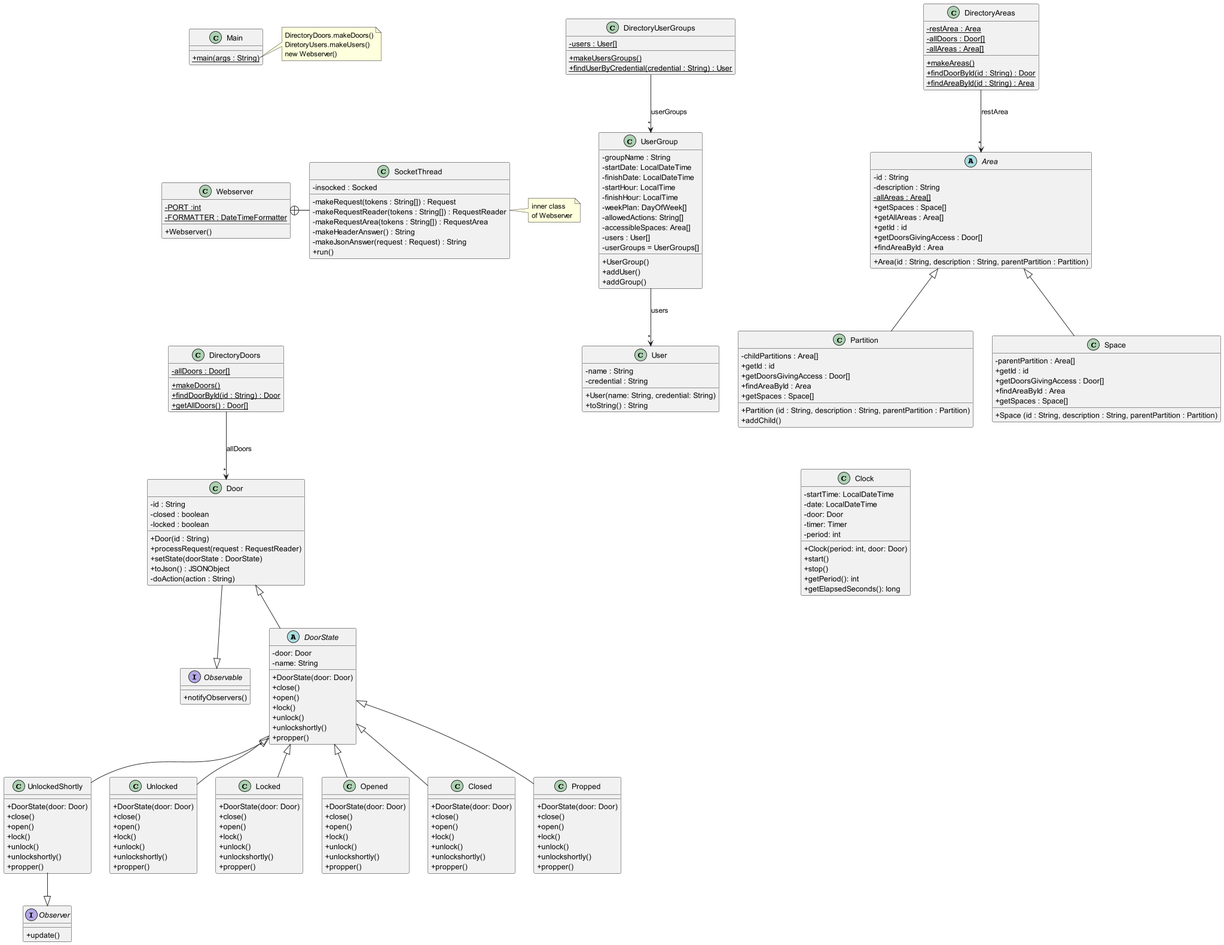
This is src/basenostates/uml/base_no_states.png from laiapns/Practica-DS, a PlantUML export, as it was before one commit. Its diagram source:
```plantuml
@startuml
skinparam classAttributeIconSize 0

class Webserver {
- {static} PORT :int
- {static} FORMATTER : DateTimeFormatter
+ Webserver()
}

class SocketThread {
- insocked : Socked
- makeRequest(tokens : String[]) : Request
- makeRequestReader(tokens : String[]) : RequestReader
- makeRequestArea(tokens : String[]) : RequestArea
- makeHeaderAnswer() : String
- makeJsonAnswer(request : Request) : String
+ run()
}

Webserver +-right- SocketThread

note right of SocketThread
inner class
of Webserver
end note

class DirectoryDoors {
- {static} allDoors : Door[]
+ {static} makeDoors()
+ {static} findDoorById(id : String) : Door
+ {static} getAllDoors() : Door[]
}

DirectoryDoors --> "*" Door : "allDoors"

class DirectoryUserGroups {
- {static} users : User[]
+ {static} makeUsersGroups()
+ {static} findUserByCredential(credential : String) : User
}
DirectoryUserGroups --> "*" UserGroup : "userGroups"
UserGroup --> "*" User: "users"
class DirectoryAreas {
- {static} restArea : Area
- {static} allDoors : Door[]
- {static} allAreas : Area[]
+ {static} makeAreas()
+ {static} findDoorById(id : String) : Door
+ {static} findAreaById(id : String) : Area
}

DirectoryAreas --> "*" Area: "restArea"

abstract class Area {
- id : String
- description : String
- {static} allAreas : Area[]
+ Area(id : String, description : String, parentPartition : Partition)
+ getSpaces : Space[]
+ getAllAreas : Area[]
+ getId : id
+ getDoorsGivingAccess : Door[]
+ findAreaById : Area
}

class Partition extends Area {
 - childPartitions : Area[]
 + Partition (id : String, description : String, parentPartition : Partition)
 + getId : id
 + getDoorsGivingAccess : Door[]
 + findAreaById : Area
 + addChild()
 + getSpaces : Space[]
}
class Space extends Area {
- parentPartition : Area[]
+ Space (id : String, description : String, parentPartition : Partition)
+ getId : id
+ getDoorsGivingAccess : Door[]
+ findAreaById : Area
+ getSpaces : Space[]
}
class Clock {
      - startTime: LocalDateTime
      - date: LocalDateTime
      - door: Door
      - timer: Timer
      - period: int
      + Clock(period: int, door: Door)
      + start()
      + stop()
      + getPeriod(): int
      + getElapsedSeconds(): long
}
interface Observer {
  + update()
}

interface Observable {
  + notifyObservers()
}

Door --|> Observable

UnlockedShortly --|> Observer

Partition -[hidden]down- Clock

class Door {
- id : String
- closed : boolean
- locked : boolean
+ Door(id : String)
+ processRequest(request : RequestReader)
+ setState(doorState : DoorState)
+ toJson() : JSONObject
- doAction(action : String)
}

abstract class DoorState extends Door {
- door: Door
- name: String
+ DoorState(door: Door)
+ close()
+ open()
+ lock()
+ unlock()
+ unlockshortly()
+ propper()
}

class Unlocked extends DoorState{
+ DoorState(door: Door)
+ close()
+ open()
+ lock()
+ unlock()
+ unlockshortly()
+ propper()
}
class UnlockedShortly extends DoorState{
+ DoorState(door: Door)
+ close()
+ open()
+ lock()
+ unlock()
+ unlockshortly()
+ propper()
}
class Locked extends DoorState{
+ DoorState(door: Door)
+ close()
+ open()
+ lock()
+ unlock()
+ unlockshortly()
+ propper()
}
class Opened extends DoorState{
+ DoorState(door: Door)
+ close()
+ open()
+ lock()
+ unlock()
+ unlockshortly()
+ propper()
}
class Closed extends DoorState{
+ DoorState(door: Door)
+ close()
+ open()
+ lock()
+ unlock()
+ unlockshortly()
+ propper()
}
class Propped extends DoorState{
+ DoorState(door: Door)
+ close()
+ open()
+ lock()
+ unlock()
+ unlockshortly()
+ propper()
}
class UserGroup {
- groupName : String
- startDate: LocalDateTime
- finishDate: LocalDateTime
- startHour: LocalTime
- finishHour: LocalTime
- weekPlan: DayOfWeek[]
- allowedActions: String[]
- accessibleSpaces: Area[]
- users : User[]
- userGroups = UserGroups[]
+ UserGroup()
+ addUser()
+ addGroup()
}
class User {
- name : String
- credential : String
+ User(name: String, credential: String)
+ toString() : String
}


class Main {
+ {static} main(args : String)
}

note right of Main::main
DirectoryDoors.makeDoors()
DiretoryUsers.makeUsers()
new Webserver()
end note

Main -[hidden]down- Webserver
Webserver -[hidden]down- DirectoryDoors
@enduml
```
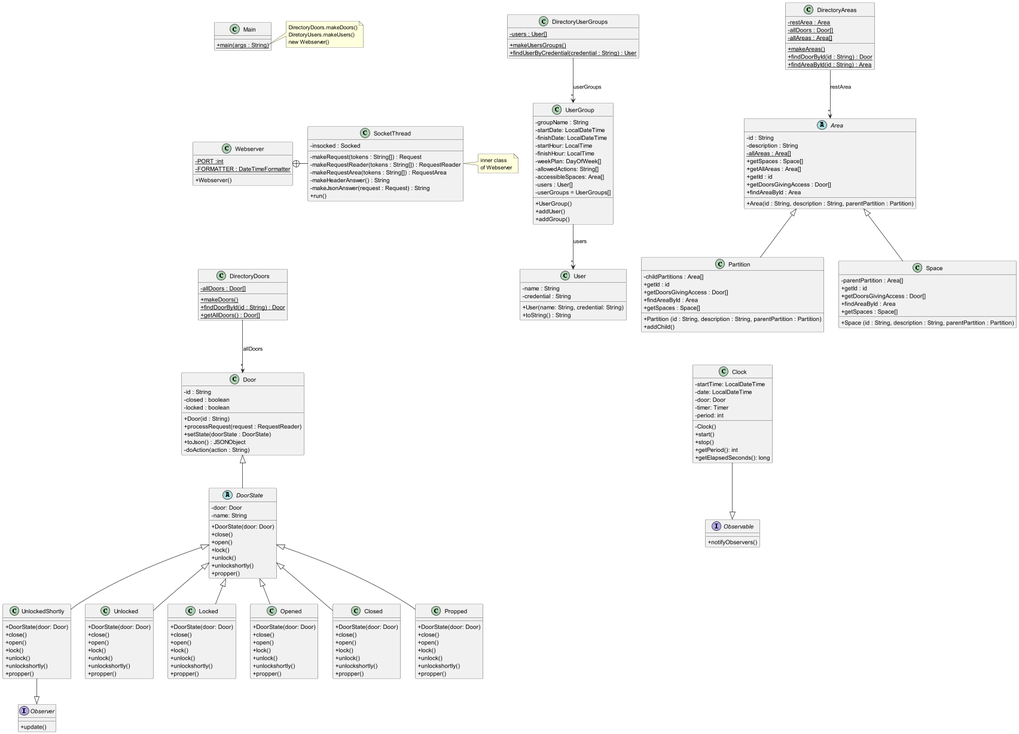
The same file after the commit.

What changed in the source:
```diff
@@ -86,7 +86,7 @@
       - door: Door
       - timer: Timer
       - period: int
-      + Clock(period: int, door: Door)
+      - Clock()
       + start()
       + stop()
       + getPeriod(): int
@@ -100,7 +100,7 @@
   + notifyObservers()
 }
 
-Door --|> Observable
+Clock --|> Observable
 
 UnlockedShortly --|> Observer
 
```
